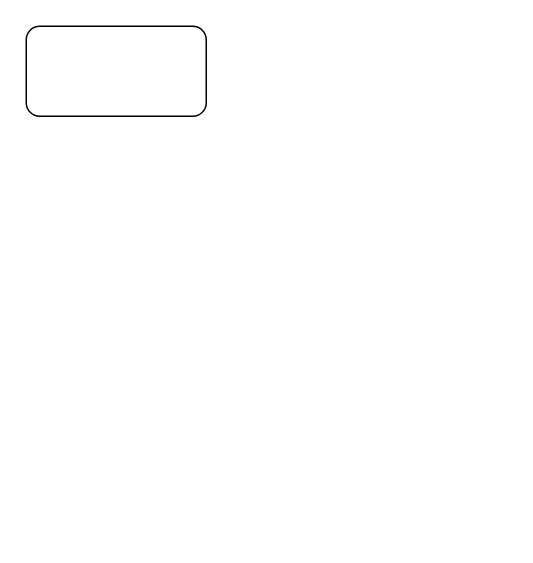
alongwithyou/g2p keeps this draw.io diagram as capt-services.drawio. Above is the earlier version. Source tidied: cells renumbered, new cells numbered last; positions are measured from the earlier drawing's top-left corner, leaving out a move shared by most shapes. Both pictures are drawn from the tidied source at 150%, with x=0, y=0 at pixel (26, 26).
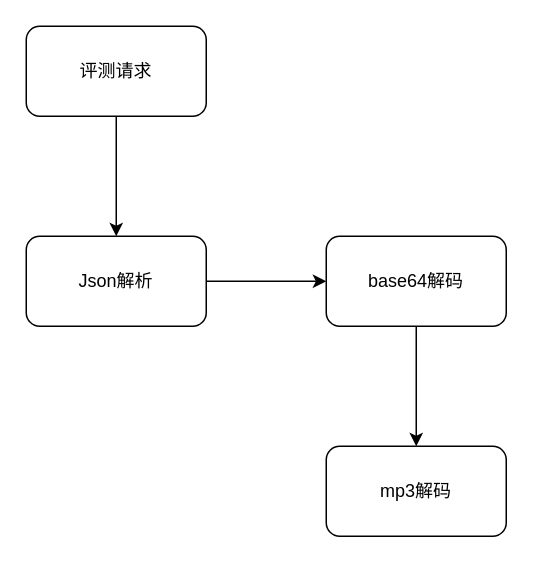
Above is the later version.

Change to the diagram source:
```diff
@@
 <mxGraphModel>
   <root>
     <mxCell id="0" />
     <mxCell id="1" parent="0" />
+    <mxCell id="3" style="edgeStyle=orthogonalEdgeStyle;rounded=0;jettySize=auto;html=1;" parent="1" edge="1" source="2" target="5">
+      <mxGeometry relative="1" as="geometry" />
+    </mxCell>
-    <mxCell id="2" style="rounded=1;whiteSpace=wrap;html=1;" parent="1" vertex="1">
+    <mxCell id="2" value="评测请求" style="rounded=1;whiteSpace=wrap;html=1;" parent="1" vertex="1">
       <mxGeometry width="120" height="60" as="geometry" />
     </mxCell>
+    <mxCell id="4" style="edgeStyle=orthogonalEdgeStyle;rounded=0;jettySize=auto;html=1;" parent="1" edge="1" source="5" target="7">
+      <mxGeometry relative="1" as="geometry" />
+    </mxCell>
+    <mxCell id="5" value="Json解析" style="whiteSpace=wrap;html=1;rounded=1;" parent="1" vertex="1">
+      <mxGeometry y="140" width="120" height="60" as="geometry" />
+    </mxCell>
+    <mxCell id="6" style="edgeStyle=orthogonalEdgeStyle;rounded=0;jettySize=auto;html=1;" parent="1" edge="1" source="7" target="8">
+      <mxGeometry relative="1" as="geometry" />
+    </mxCell>
+    <mxCell id="7" value="base64解码" style="rounded=1;whiteSpace=wrap;html=1;" parent="1" vertex="1">
+      <mxGeometry x="200" y="140" width="120" height="60" as="geometry" />
+    </mxCell>
+    <mxCell id="8" value="mp3解码" style="whiteSpace=wrap;html=1;rounded=1;" parent="1" vertex="1">
+      <mxGeometry x="200" y="280" width="120" height="60" as="geometry" />
+    </mxCell>
   </root>
 </mxGraphModel>
```
